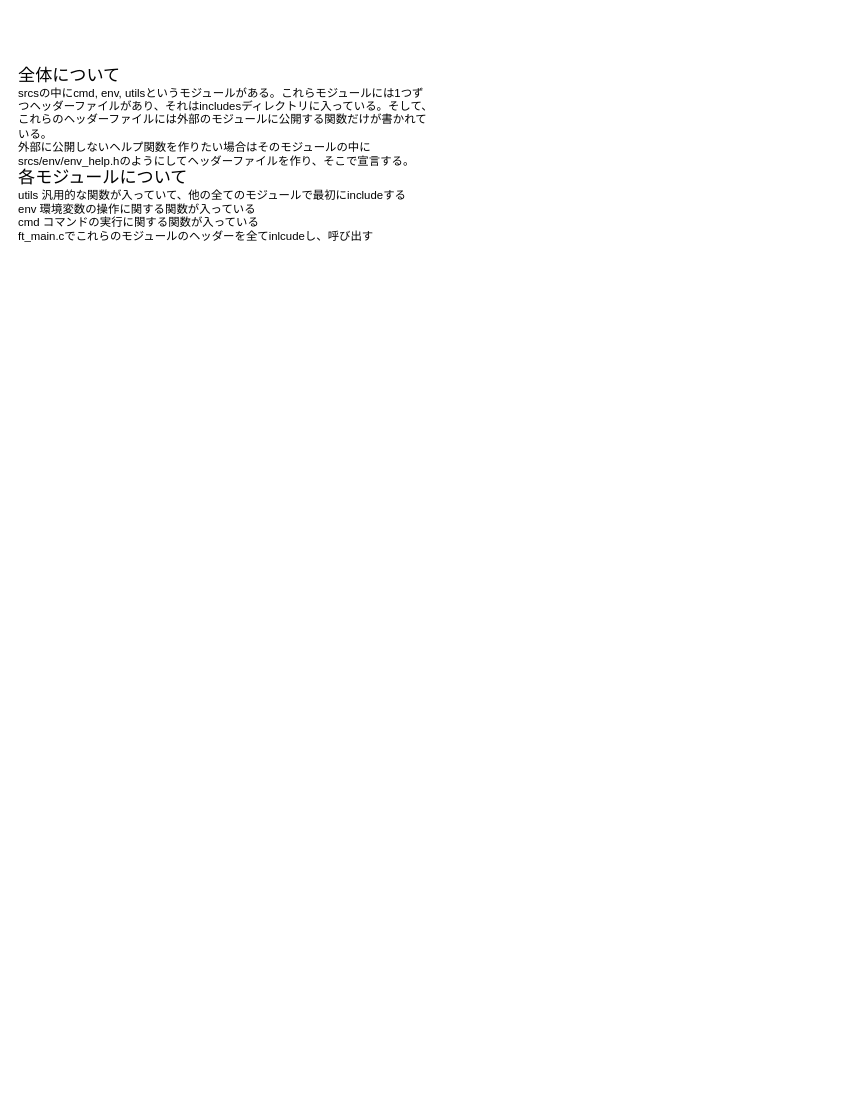
Before: design.drawio in rk0730/minishell, a draw.io diagram. Source tidied: cells renumbered, new cells numbered last; positions are measured from the earlier drawing's top-left corner, leaving out a move shared by most shapes. Both pictures are drawn from the tidied source at 95%, with x=0, y=0 at pixel (16, 16).
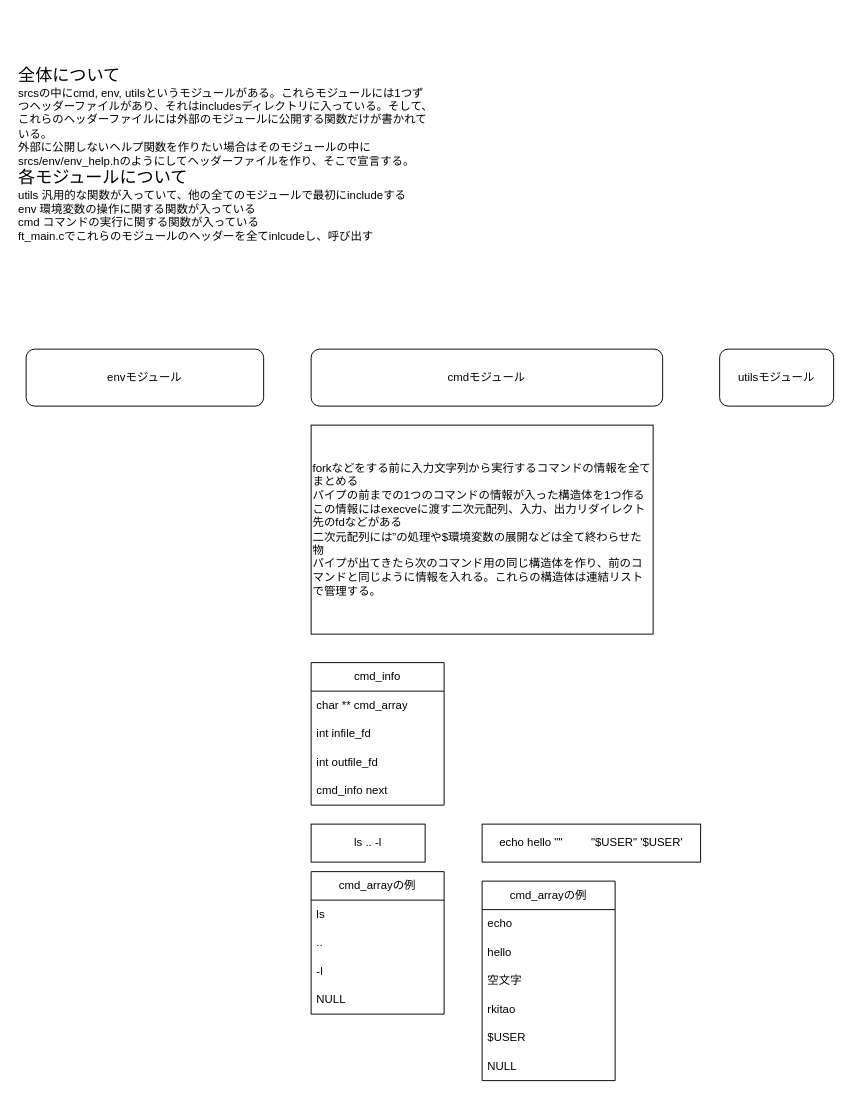
The same diagram, later.

Commit message:
コマンド実行準備の設計

The edit, as a diff of the source:
```diff
@@
+    <mxCell id="3" value="cmdモジュール" style="rounded=1;whiteSpace=wrap;html=1;" parent="1" vertex="1">
+      <mxGeometry x="310" y="350" width="370" height="60" as="geometry" />
+    </mxCell>
+    <mxCell id="4" value="envモジュール" style="rounded=1;whiteSpace=wrap;html=1;" parent="1" vertex="1">
+      <mxGeometry x="10" y="350" width="250" height="60" as="geometry" />
+    </mxCell>
+    <mxCell id="5" value="utilsモジュール" style="rounded=1;whiteSpace=wrap;html=1;" parent="1" vertex="1">
+      <mxGeometry x="740" y="350" width="120" height="60" as="geometry" />
+    </mxCell>
+    <mxCell id="6" value="forkなどをする前に入力文字列から実行するコマンドの情報を全てまとめる&lt;br&gt;パイプの前までの1つのコマンドの情報が入った構造体を1つ作る&lt;br&gt;この情報にはexecveに渡す二次元配列、入力、出力リダイレクト先のfdなどがある&lt;br&gt;二次元配列には”の処理や$環境変数の展開などは全て終わらせた物&lt;br&gt;パイプが出てきたら次のコマンド用の同じ構造体を作り、前のコマンドと同じように情報を入れる。これらの構造体は連結リストで管理する。" style="rounded=0;whiteSpace=wrap;html=1;align=left;" parent="1" vertex="1">
+      <mxGeometry x="310" y="430" width="360" height="220" as="geometry" />
+    </mxCell>
+    <mxCell id="7" value="cmd_info" style="swimlane;fontStyle=0;horizontal=1;startSize=30;whiteSpace=wrap;html=1;" parent="1" vertex="1">
+      <mxGeometry x="310" y="680" width="140" height="150" as="geometry" />
+    </mxCell>
+    <mxCell id="8" value="char ** cmd_array" style="text;strokeColor=none;fillColor=none;align=left;verticalAlign=middle;spacingLeft=4;spacingRight=4;overflow=hidden;whiteSpace=wrap;html=1;" parent="7" vertex="1">
+      <mxGeometry y="30" width="140" height="30" as="geometry" />
+    </mxCell>
+    <mxCell id="9" value="int infile_fd" style="text;strokeColor=none;fillColor=none;align=left;verticalAlign=middle;spacingLeft=4;spacingRight=4;overflow=hidden;whiteSpace=wrap;html=1;" parent="7" vertex="1">
+      <mxGeometry y="60" width="140" height="30" as="geometry" />
+    </mxCell>
+    <mxCell id="10" value="int outfile_fd" style="text;strokeColor=none;fillColor=none;align=left;verticalAlign=middle;spacingLeft=4;spacingRight=4;overflow=hidden;whiteSpace=wrap;html=1;" parent="7" vertex="1">
+      <mxGeometry y="90" width="140" height="30" as="geometry" />
+    </mxCell>
+    <mxCell id="11" value="cmd_info next" style="text;strokeColor=none;fillColor=none;align=left;verticalAlign=middle;spacingLeft=4;spacingRight=4;overflow=hidden;whiteSpace=wrap;html=1;" parent="7" vertex="1">
+      <mxGeometry y="120" width="140" height="30" as="geometry" />
+    </mxCell>
+    <mxCell id="12" value="cmd_arrayの例" style="swimlane;fontStyle=0;horizontal=1;startSize=30;whiteSpace=wrap;html=1;" parent="1" vertex="1">
+      <mxGeometry x="310" y="900" width="140" height="150" as="geometry" />
+    </mxCell>
+    <mxCell id="13" value="ls" style="text;strokeColor=none;fillColor=none;align=left;verticalAlign=middle;spacingLeft=4;spacingRight=4;overflow=hidden;whiteSpace=wrap;html=1;" parent="12" vertex="1">
+      <mxGeometry y="30" width="140" height="30" as="geometry" />
+    </mxCell>
+    <mxCell id="14" value=".." style="text;strokeColor=none;fillColor=none;align=left;verticalAlign=middle;spacingLeft=4;spacingRight=4;overflow=hidden;whiteSpace=wrap;html=1;" parent="12" vertex="1">
+      <mxGeometry y="60" width="140" height="30" as="geometry" />
+    </mxCell>
+    <mxCell id="15" value="-l" style="text;strokeColor=none;fillColor=none;align=left;verticalAlign=middle;spacingLeft=4;spacingRight=4;overflow=hidden;whiteSpace=wrap;html=1;" parent="12" vertex="1">
+      <mxGeometry y="90" width="140" height="30" as="geometry" />
+    </mxCell>
+    <mxCell id="16" value="NULL" style="text;strokeColor=none;fillColor=none;align=left;verticalAlign=middle;spacingLeft=4;spacingRight=4;overflow=hidden;whiteSpace=wrap;html=1;" parent="12" vertex="1">
+      <mxGeometry y="120" width="140" height="30" as="geometry" />
+    </mxCell>
+    <mxCell id="17" value="cmd_arrayの例" style="swimlane;fontStyle=0;horizontal=1;startSize=30;whiteSpace=wrap;html=1;" parent="1" vertex="1">
+      <mxGeometry x="490" y="910" width="140" height="210" as="geometry" />
+    </mxCell>
+    <mxCell id="18" value="echo" style="text;strokeColor=none;fillColor=none;align=left;verticalAlign=middle;spacingLeft=4;spacingRight=4;overflow=hidden;whiteSpace=wrap;html=1;" parent="17" vertex="1">
+      <mxGeometry y="30" width="140" height="30" as="geometry" />
+    </mxCell>
+    <mxCell id="19" value="hello" style="text;strokeColor=none;fillColor=none;align=left;verticalAlign=middle;spacingLeft=4;spacingRight=4;overflow=hidden;whiteSpace=wrap;html=1;" parent="17" vertex="1">
+      <mxGeometry y="60" width="140" height="30" as="geometry" />
+    </mxCell>
+    <mxCell id="20" value="空文字" style="text;strokeColor=none;fillColor=none;align=left;verticalAlign=middle;spacingLeft=4;spacingRight=4;overflow=hidden;whiteSpace=wrap;html=1;" parent="17" vertex="1">
+      <mxGeometry y="90" width="140" height="30" as="geometry" />
+    </mxCell>
+    <mxCell id="21" value="rkitao" style="text;strokeColor=none;fillColor=none;align=left;verticalAlign=middle;spacingLeft=4;spacingRight=4;overflow=hidden;whiteSpace=wrap;html=1;" parent="17" vertex="1">
+      <mxGeometry y="120" width="140" height="30" as="geometry" />
+    </mxCell>
+    <mxCell id="22" value="$USER" style="text;strokeColor=none;fillColor=none;align=left;verticalAlign=middle;spacingLeft=4;spacingRight=4;overflow=hidden;whiteSpace=wrap;html=1;" parent="17" vertex="1">
+      <mxGeometry y="150" width="140" height="30" as="geometry" />
+    </mxCell>
+    <mxCell id="23" value="NULL" style="text;strokeColor=none;fillColor=none;align=left;verticalAlign=middle;spacingLeft=4;spacingRight=4;overflow=hidden;whiteSpace=wrap;html=1;" parent="17" vertex="1">
+      <mxGeometry y="180" width="140" height="30" as="geometry" />
+    </mxCell>
+    <mxCell id="24" value="ls .. -l" style="rounded=0;whiteSpace=wrap;html=1;" parent="1" vertex="1">
+      <mxGeometry x="310" y="850" width="120" height="40" as="geometry" />
+    </mxCell>
+    <mxCell id="25" value="echo hello &quot;&quot;&amp;nbsp; &amp;nbsp; &amp;nbsp; &amp;nbsp; &amp;nbsp;&quot;$USER&quot; '$USER'" style="rounded=0;whiteSpace=wrap;html=1;" parent="1" vertex="1">
+      <mxGeometry x="490" y="850" width="230" height="40" as="geometry" />
+    </mxCell>
```
